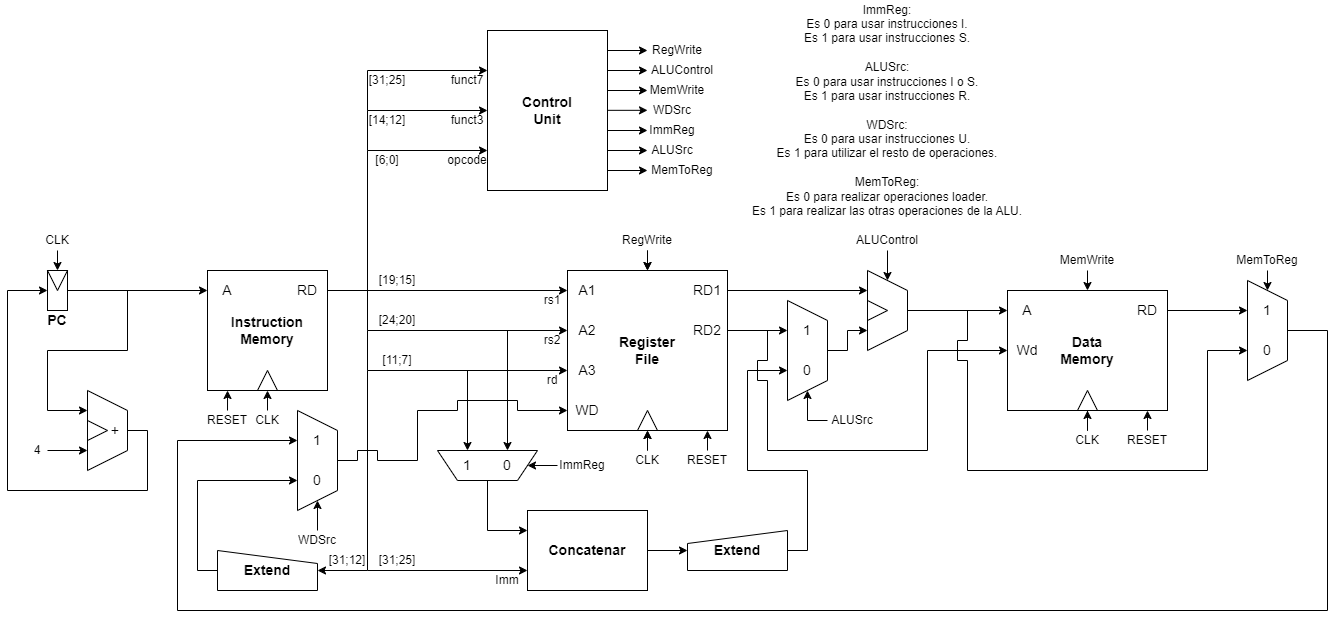
The draw.io diagram Proyecto RISCV/Avance 1/Diagrama Instrucciones.png in Ztrake1009/Proyectos_Micros, before a commit. Source tidied: cells renumbered, new cells last; positions are measured from the earlier drawing's top-left corner, leaving out a move shared by most shapes.
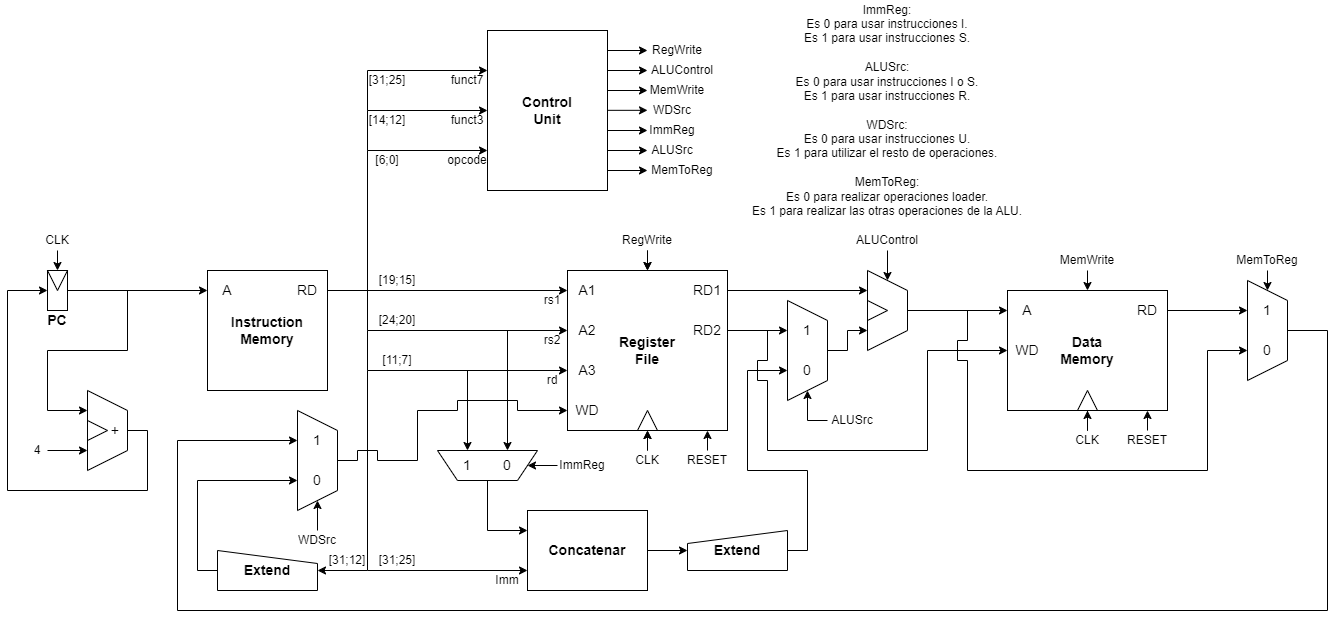
Above is the later version.

Diff of the diagram source:
```diff
@@ -44,7 +44,7 @@
     <mxCell id="15" value="RD" style="text;html=1;strokeColor=none;fillColor=none;align=center;verticalAlign=middle;whiteSpace=wrap;rounded=0;fontSize=14;" parent="1" vertex="1">
       <mxGeometry x="1120" y="295" width="40" height="30" as="geometry" />
     </mxCell>
-    <mxCell id="16" value="Wd" style="text;html=1;strokeColor=none;fillColor=none;align=center;verticalAlign=middle;whiteSpace=wrap;rounded=0;fontSize=14;" parent="1" vertex="1">
+    <mxCell id="16" value="WD" style="text;html=1;strokeColor=none;fillColor=none;align=center;verticalAlign=middle;whiteSpace=wrap;rounded=0;fontSize=14;" parent="1" vertex="1">
       <mxGeometry x="1000" y="335" width="40" height="30" as="geometry" />
     </mxCell>
     <mxCell id="17" style="triangle;whiteSpace=wrap;html=1;rotation=-90;fillColor=none;" parent="1" vertex="1">
@@ -506,21 +506,6 @@
     <mxCell id="121" style="edgeStyle=orthogonalEdgeStyle;rounded=0;jettySize=auto;html=1;exitX=0.5;exitY=0;exitDx=0;exitDy=0;entryX=0.875;entryY=1;entryDx=0;entryDy=0;entryPerimeter=0;" parent="1" edge="1" source="119" target="14">
       <mxGeometry relative="1" as="geometry" />
     </mxCell>
-    <mxCell id="122" style="triangle;whiteSpace=wrap;html=1;rotation=-90;fillColor=none;" parent="1" vertex="1">
-      <mxGeometry x="250" y="370" width="20" height="20" as="geometry" />
-    </mxCell>
-    <mxCell id="123" style="edgeStyle=orthogonalEdgeStyle;rounded=0;jettySize=auto;html=1;exitX=0.5;exitY=0;exitDx=0;exitDy=0;entryX=0;entryY=0.5;entryDx=0;entryDy=0;" parent="1" edge="1" source="124" target="122">
-      <mxGeometry relative="1" as="geometry" />
-    </mxCell>
-    <mxCell id="124" value="CLK" style="text;html=1;strokeColor=none;fillColor=none;align=center;verticalAlign=middle;whiteSpace=wrap;rounded=0;fontSize=12;fontStyle=0;" parent="1" vertex="1">
-      <mxGeometry x="240" y="410" width="40" height="20" as="geometry" />
-    </mxCell>
-    <mxCell id="125" value="RESET" style="text;html=1;strokeColor=none;fillColor=none;align=center;verticalAlign=middle;whiteSpace=wrap;rounded=0;fontSize=12;fontStyle=0;" parent="1" vertex="1">
-      <mxGeometry x="200" y="410" width="40" height="20" as="geometry" />
-    </mxCell>
-    <mxCell id="126" style="edgeStyle=orthogonalEdgeStyle;rounded=0;jettySize=auto;html=1;exitX=0.5;exitY=0;exitDx=0;exitDy=0;entryX=0.167;entryY=1;entryDx=0;entryDy=0;entryPerimeter=0;" parent="1" edge="1" source="125" target="2">
-      <mxGeometry relative="1" as="geometry" />
-    </mxCell>
     <mxCell id="127" style="endArrow=classic;html=1;rounded=0;entryX=0;entryY=0.25;entryDx=0;entryDy=0;" parent="1" edge="1" target="20">
       <mxGeometry relative="1" as="geometry">
         <mxPoint x="360" y="110" as="sourcePoint" />
```
